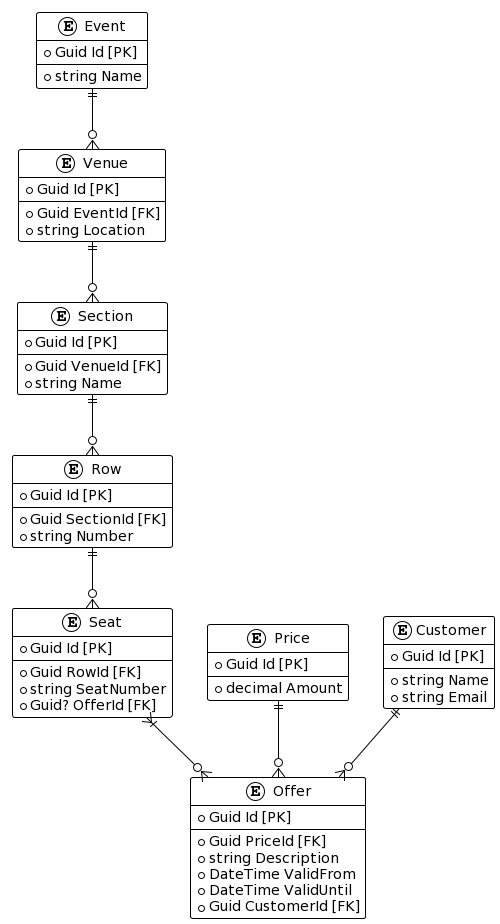
Above: Diagrams/entity_relationship_diagram.png in evilsquirr3l/ticketing (PlantUML), before the change.
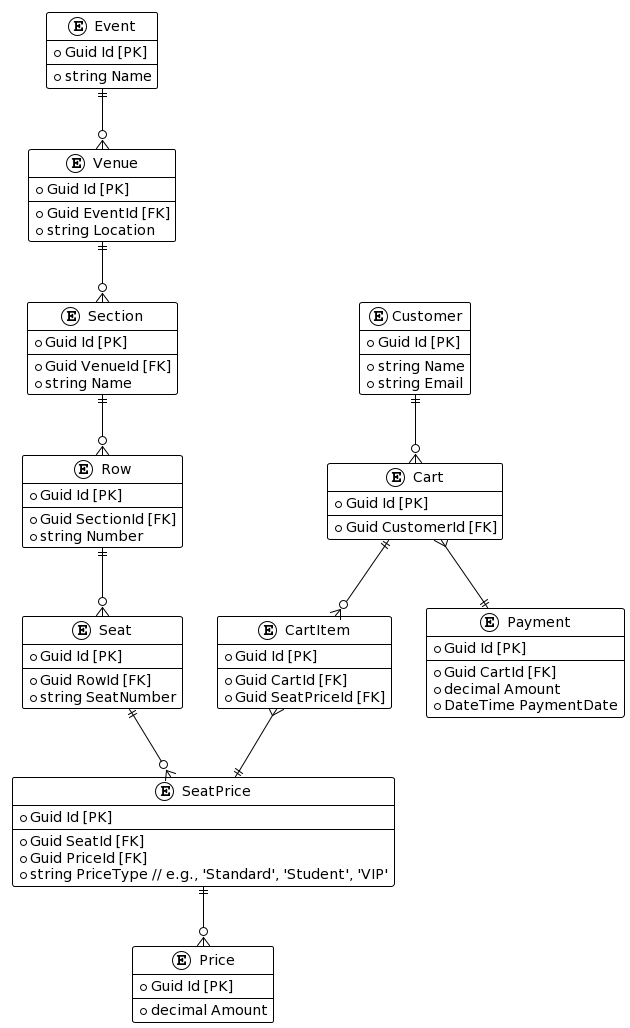
Later version of the same file.

The edit, as a diff of the source:
```diff
@@ -33,23 +33,41 @@
   --
   + Guid RowId [FK]
   + string SeatNumber
-  + Guid? OfferId [FK]
 }
 
-entity Offer {
+entity SeatPrice {
   + Guid Id [PK]
   --
+  + Guid SeatId [FK]
   + Guid PriceId [FK]
-  + string Description
-  + DateTime ValidFrom
-  + DateTime ValidUntil
-  + Guid CustomerId [FK]
+  + string PriceType // e.g., 'Standard', 'Student', 'VIP'
 }
 
 entity Price {
   + Guid Id [PK]
   --
   + decimal Amount
+}
+
+entity Cart {
+  + Guid Id [PK]
+  --
+  + Guid CustomerId [FK]
+}
+
+entity CartItem {
+  + Guid Id [PK]
+  --
+  + Guid CartId [FK]
+  + Guid SeatPriceId [FK]
+}
+
+entity Payment {
+  + Guid Id [PK]
+  --
+  + Guid CartId [FK]
+  + decimal Amount
+  + DateTime PaymentDate
 }
 
 entity Customer {
@@ -63,7 +81,10 @@
 Venue ||--o{ Section
 Section ||--o{ Row
 Row ||--o{ Seat
-Seat }|--o{ Offer
-Price ||--o{ Offer
-Customer ||--o{ Offer
+Seat ||--o{ SeatPrice
+SeatPrice ||--o{ Price
+Cart ||--o{ CartItem
+CartItem }--|| SeatPrice
+Cart }--|| Payment
+Customer ||--o{ Cart
 @enduml
```
